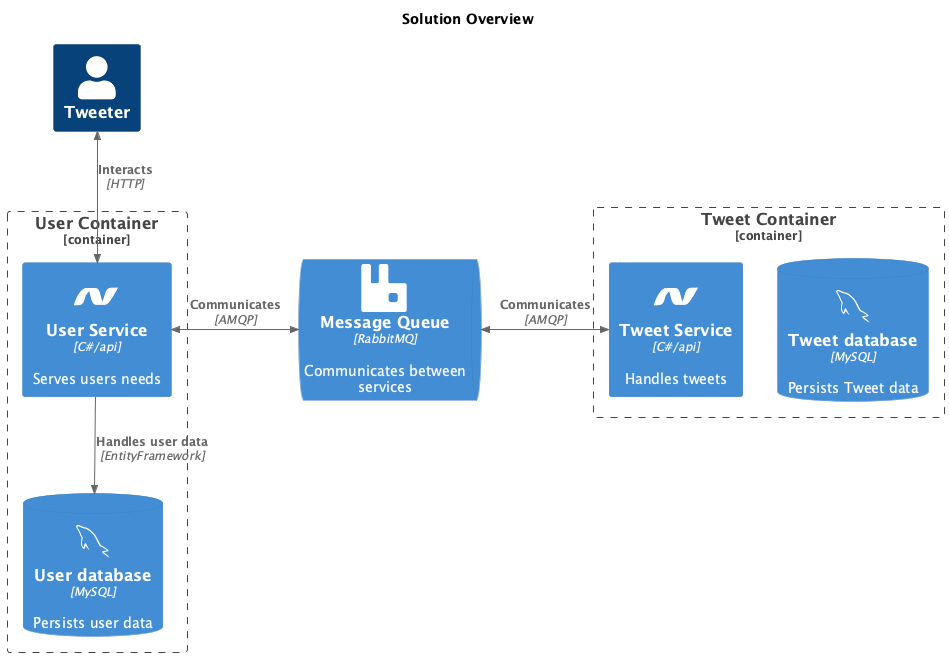
Before: documentation/diagrams/Solution.png, a diagram exported from PlantUML (BjoernGoettler/sica01). Its diagram source:
```plantuml
@startuml Solution
!include https://raw.githubusercontent.com/plantuml-stdlib/C4-PlantUML/master/C4_Container.puml

!$COLOR_A_5 = "#7f3b08"
!$COLOR_A_4 = "#b35806"
!$COLOR_A_3 = "#e08214"
!$COLOR_A_2 = "#fdb863"
!$COLOR_A_1 = "#fee0b6"
!$COLOR_NEUTRAL = "#f7f7f7"
!$COLOR_B_1 = "#d8daeb"
!$COLOR_B_2 = "#b2abd2"
!$COLOR_B_3 = "#8073ac"
!$COLOR_B_4 = "#542788"
!$COLOR_B_5 = "#2d004b"
!$COLOR_REL_LINE = "#8073ac"
!$COLOR_REL_TEXT = "#8073ac"


!$ICONURL = "https://raw.githubusercontent.com/tupadr3/plantuml-icon-font-sprites/v3.0.0/icons"
!include $ICONURL/common.puml
!include $ICONURL/devicons/mysql.puml
!include $ICONURL/devicons2/rabbitmq_original.puml
!include $ICONURL/devicons/dotnet.puml

title Solution Overview

Person(user, "Tweeter")

Container_Boundary(usercontainer, "User Container"){
    Container(userservice, "User Service", "C#/api", "Serves users needs", $sprite=dotnet)
    ContainerDb(userdb, "User database", "MySQL", "Persists user data", $sprite=mysql)
}

Container_Boundary(tweetcontainer, "Tweet Container"){
    Container(tweetservice, "Tweet Service", "C#/api", "Handles tweets", $sprite=dotnet)
    ContainerDb(tweetdb, "Tweet database", "MySQL", "Persists Tweet data", $sprite=mysql)
}

ContainerQueue(messagequeue, "Message Queue", "RabbitMQ", "Communicates between services", $sprite=rabbitmq_original)



BiRel_D(user, userservice, "Interacts", "HTTP")
Rel_D(userservice, userdb, "Handles user data", "EntityFramework")
BiRel_R(userservice, messagequeue, "Communicates", "AMQP")
BiRel_R(messagequeue, tweetservice, "Communicates", "AMQP")
@enduml
```
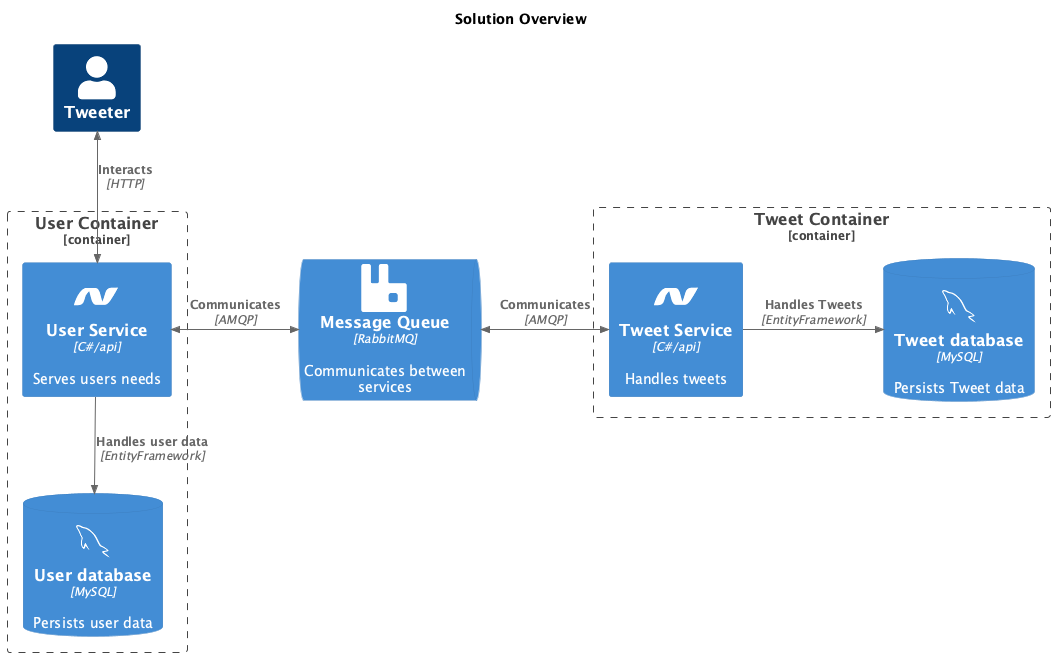
The same file after the commit.

Commit message:
:memo: Fik missing relation

What changed in the source:
```diff
@@ -44,4 +44,5 @@
 Rel_D(userservice, userdb, "Handles user data", "EntityFramework")
 BiRel_R(userservice, messagequeue, "Communicates", "AMQP")
 BiRel_R(messagequeue, tweetservice, "Communicates", "AMQP")
+Rel_R(tweetservice, tweetdb, "Handles Tweets", "EntityFramework")
 @enduml
```
